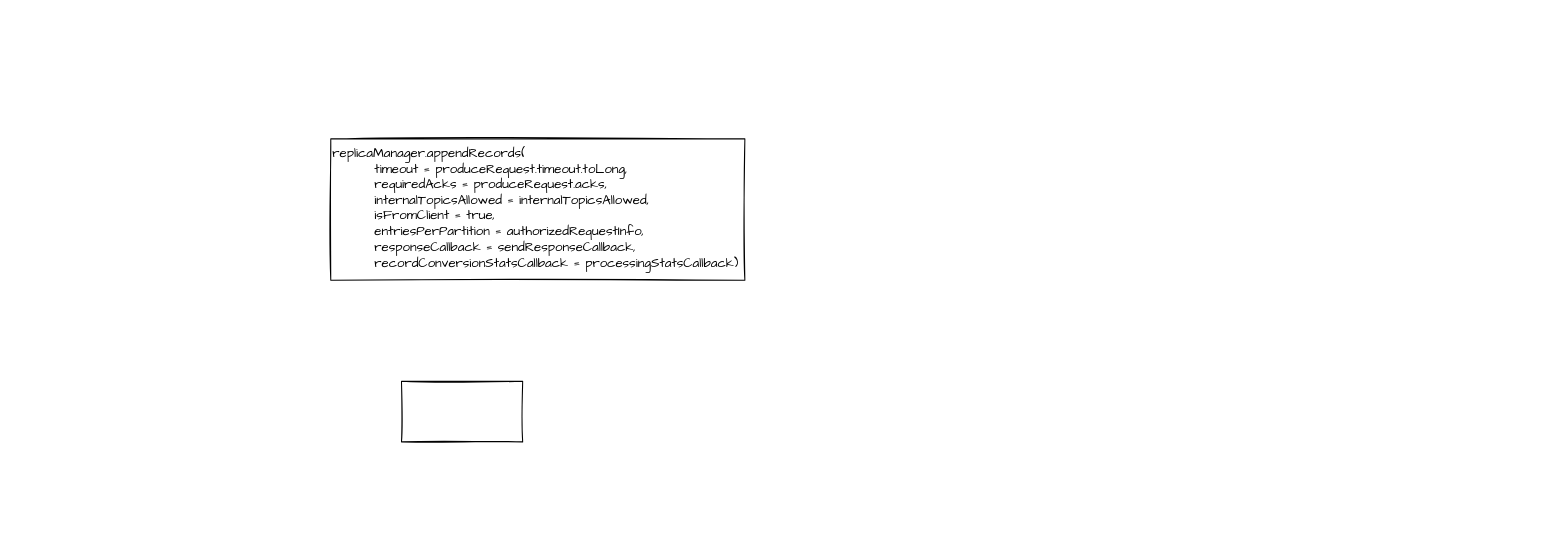
Before: page "第 3 页" (3 of 3) of Drawio/Kafka Broker Controller.drawio in xinzhuxiansheng/blog-notes, a draw.io diagram. Source tidied: cells renumbered, new cells numbered last; positions are measured from the earlier drawing's top-left corner, leaving out a move shared by most shapes. Both pictures are drawn from the tidied source at 101%, with x=0, y=0 at pixel (330, 138).
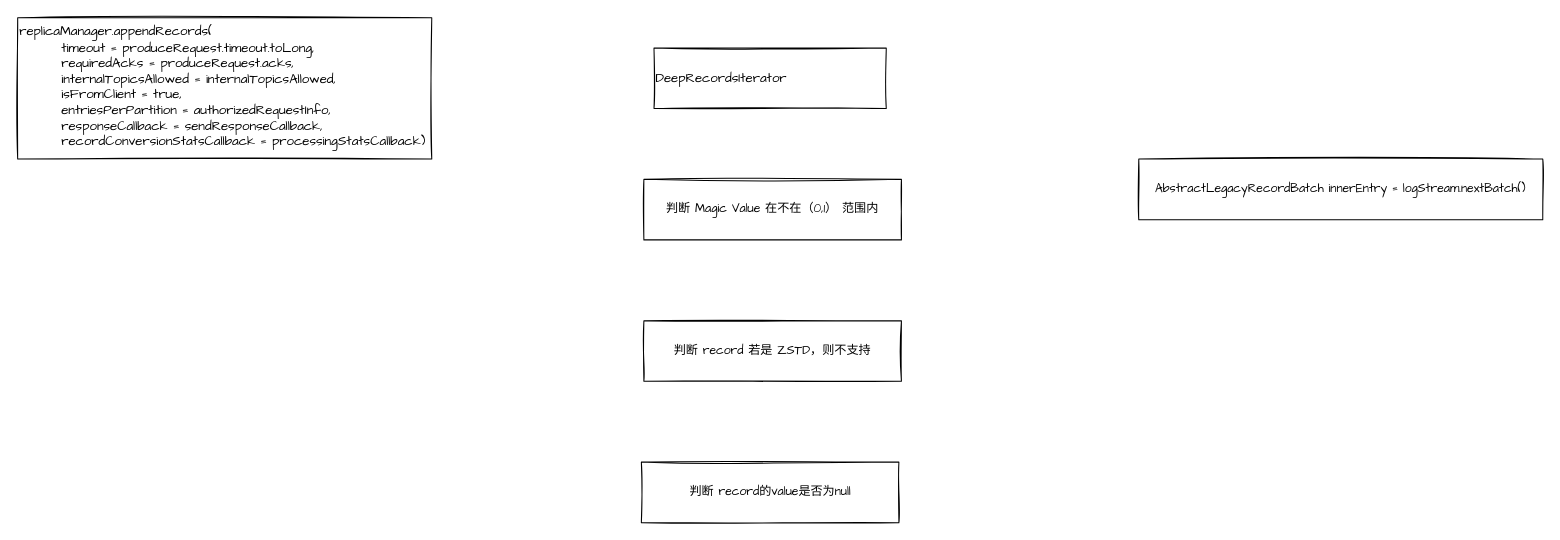
The same page after the edit.

What changed in the source:
```diff
@@
 <mxGraphModel>
   <root>
     <mxCell id="0" />
     <mxCell id="1" parent="0" />
-    <mxCell id="2" value="&lt;div style=&quot;font-size: 13px;&quot;&gt;replicaManager.appendRecords(&lt;/div&gt;&lt;div style=&quot;font-size: 13px;&quot;&gt;&amp;nbsp; &amp;nbsp; &amp;nbsp; &amp;nbsp; timeout = produceRequest.timeout.toLong,&lt;/div&gt;&lt;div style=&quot;font-size: 13px;&quot;&gt;&amp;nbsp; &amp;nbsp; &amp;nbsp; &amp;nbsp; requiredAcks = produceRequest.acks,&lt;/div&gt;&lt;div style=&quot;font-size: 13px;&quot;&gt;&amp;nbsp; &amp;nbsp; &amp;nbsp; &amp;nbsp; internalTopicsAllowed = internalTopicsAllowed,&lt;/div&gt;&lt;div style=&quot;font-size: 13px;&quot;&gt;&amp;nbsp; &amp;nbsp; &amp;nbsp; &amp;nbsp; isFromClient = true,&lt;/div&gt;&lt;div style=&quot;font-size: 13px;&quot;&gt;&amp;nbsp; &amp;nbsp; &amp;nbsp; &amp;nbsp; entriesPerPartition = authorizedRequestInfo,&lt;/div&gt;&lt;div style=&quot;font-size: 13px;&quot;&gt;&amp;nbsp; &amp;nbsp; &amp;nbsp; &amp;nbsp; responseCallback = sendResponseCallback,&lt;/div&gt;&lt;div style=&quot;font-size: 13px;&quot;&gt;&amp;nbsp; &amp;nbsp; &amp;nbsp; &amp;nbsp; recordConversionStatsCallback = processingStatsCallback)&lt;/div&gt;" style="rounded=0;whiteSpace=wrap;html=1;sketch=1;fontFamily=Comic Sans MS;fillColor=none;align=left;verticalAlign=top;fontSize=13;" parent="1" vertex="1">
-      <mxGeometry width="410" height="140" as="geometry" />
+    <mxCell id="2" value="&lt;div style=&quot;font-size: 13px;&quot;&gt;replicaManager.appendRecords(&lt;/div&gt;&lt;div style=&quot;font-size: 13px;&quot;&gt;&amp;nbsp; &amp;nbsp; &amp;nbsp; &amp;nbsp; timeout = produceRequest.timeout.toLong,&lt;/div&gt;&lt;div style=&quot;font-size: 13px;&quot;&gt;&amp;nbsp; &amp;nbsp; &amp;nbsp; &amp;nbsp; requiredAcks = produceRequest.acks,&lt;/div&gt;&lt;div style=&quot;font-size: 13px;&quot;&gt;&amp;nbsp; &amp;nbsp; &amp;nbsp; &amp;nbsp; internalTopicsAllowed = internalTopicsAllowed,&lt;/div&gt;&lt;div style=&quot;font-size: 13px;&quot;&gt;&amp;nbsp; &amp;nbsp; &amp;nbsp; &amp;nbsp; isFromClient = true,&lt;/div&gt;&lt;div style=&quot;font-size: 13px;&quot;&gt;&amp;nbsp; &amp;nbsp; &amp;nbsp; &amp;nbsp; entriesPerPartition = authorizedRequestInfo,&lt;/div&gt;&lt;div style=&quot;font-size: 13px;&quot;&gt;&amp;nbsp; &amp;nbsp; &amp;nbsp; &amp;nbsp; responseCallback = sendResponseCallback,&lt;/div&gt;&lt;div style=&quot;font-size: 13px;&quot;&gt;&amp;nbsp; &amp;nbsp; &amp;nbsp; &amp;nbsp; recordConversionStatsCallback = processingStatsCallback)&lt;/div&gt;" style="rounded=0;whiteSpace=wrap;html=1;fontFamily=Comic Sans MS;fillColor=none;align=left;verticalAlign=top;fontSize=13;sketch=1;" parent="1" vertex="1">
+      <mxGeometry x="-310" y="-120" width="410" height="140" as="geometry" />
     </mxCell>
-    <mxCell id="3" style="rounded=0;whiteSpace=wrap;html=1;sketch=1;fontFamily=Comic Sans MS;fontSize=13;fillColor=none;align=left;" parent="1" vertex="1">
-      <mxGeometry x="70" y="240" width="120" height="60" as="geometry" />
+    <mxCell id="3" value="DeepRecordsIterator" style="rounded=0;whiteSpace=wrap;html=1;fontFamily=Comic Sans MS;fontSize=13;fillColor=none;align=left;sketch=1;" parent="1" vertex="1">
+      <mxGeometry x="320" y="-90" width="230" height="60" as="geometry" />
     </mxCell>
+    <mxCell id="4" value="判断 Magic Value 在不在（0,1） 范围内" style="rounded=0;whiteSpace=wrap;html=1;sketch=1;fillColor=none;fontFamily=Comic Sans MS;" parent="1" vertex="1">
+      <mxGeometry x="310" y="40" width="255" height="60" as="geometry" />
+    </mxCell>
+    <mxCell id="5" value="判断 record 若是 ZSTD，则不支持" style="rounded=0;whiteSpace=wrap;html=1;sketch=1;fillColor=none;fontFamily=Comic Sans MS;" parent="1" vertex="1">
+      <mxGeometry x="310" y="180" width="255" height="60" as="geometry" />
+    </mxCell>
+    <mxCell id="6" value="判断 record的value是否为null" style="rounded=0;whiteSpace=wrap;html=1;sketch=1;fillColor=none;fontFamily=Comic Sans MS;" parent="1" vertex="1">
+      <mxGeometry x="307.5" y="320" width="255" height="60" as="geometry" />
+    </mxCell>
+    <mxCell id="7" value="AbstractLegacyRecordBatch innerEntry = logStream.nextBatch()" style="rounded=0;whiteSpace=wrap;html=1;sketch=1;fontFamily=Comic Sans MS;fontColor=#000000;fillColor=none;" parent="1" vertex="1">
+      <mxGeometry x="800" y="20" width="400" height="60" as="geometry" />
+    </mxCell>
   </root>
 </mxGraphModel>
```
